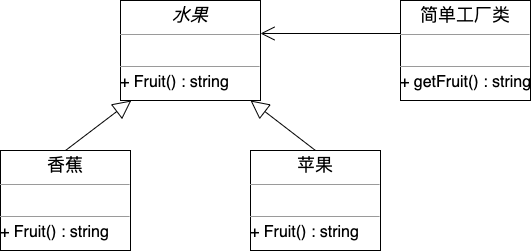
Earlier version of the draw.io export img/factory-simple.png (boilingfrog/design-pattern-learning). Source tidied: cells renumbered, new cells last; positions are measured from the earlier drawing's top-left corner, leaving out a move shared by most shapes.
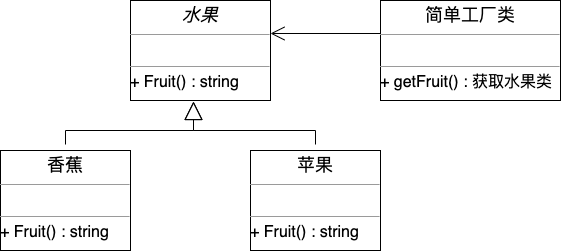
Above is the later version.

The edit, as a diff of the source:
```diff
@@ -2,31 +2,27 @@
   <root>
     <mxCell id="0" />
     <mxCell id="1" parent="0" />
+    <mxCell id="9" style="edgeStyle=orthogonalEdgeStyle;rounded=0;jettySize=auto;html=1;entryX=0.45;entryY=1.01;entryDx=0;entryDy=0;entryPerimeter=0;endArrow=block;endFill=0;endSize=16;sourcePerimeterSpacing=6;" parent="1" edge="1" source="2" target="6">
+      <mxGeometry relative="1" as="geometry" />
+    </mxCell>
     <mxCell id="2" value="&lt;p style=&quot;margin: 4px 0px 0px ; text-align: center ; font-size: 18px&quot;&gt;香蕉&lt;/p&gt;&lt;hr size=&quot;1&quot; style=&quot;font-size: 18px&quot;&gt;&lt;p style=&quot;margin: 0px 0px 0px 4px ; font-size: 13px&quot;&gt;&lt;font style=&quot;font-size: 13px&quot;&gt;&lt;br&gt;&lt;/font&gt;&lt;/p&gt;&lt;hr size=&quot;1&quot; style=&quot;font-size: 13px&quot;&gt;&lt;span style=&quot;font-size: 16px&quot;&gt;+ Fruit() : string&lt;/span&gt;&lt;span style=&quot;font-size: 16px&quot;&gt;&lt;br&gt;&lt;/span&gt;" style="verticalAlign=top;align=left;overflow=fill;fontSize=12;fontFamily=Helvetica;html=1;" parent="1" vertex="1">
       <mxGeometry y="150" width="130" height="100" as="geometry" />
     </mxCell>
+    <mxCell id="10" style="edgeStyle=orthogonalEdgeStyle;rounded=0;jettySize=auto;html=1;entryX=0.45;entryY=1.01;entryDx=0;entryDy=0;entryPerimeter=0;endArrow=block;endFill=0;endSize=16;sourcePerimeterSpacing=6;" parent="1" edge="1" source="3" target="6">
+      <mxGeometry relative="1" as="geometry" />
+    </mxCell>
     <mxCell id="3" value="&lt;p style=&quot;margin: 4px 0px 0px ; text-align: center ; font-size: 18px&quot;&gt;苹果&lt;/p&gt;&lt;hr size=&quot;1&quot; style=&quot;font-size: 18px&quot;&gt;&lt;p style=&quot;margin: 0px 0px 0px 4px ; font-size: 13px&quot;&gt;&lt;font style=&quot;font-size: 13px&quot;&gt;&lt;br&gt;&lt;/font&gt;&lt;/p&gt;&lt;hr size=&quot;1&quot; style=&quot;font-size: 13px&quot;&gt;&lt;span style=&quot;font-size: 16px&quot;&gt;+ Fruit() : string&lt;/span&gt;&lt;span style=&quot;font-size: 16px&quot;&gt;&lt;br&gt;&lt;/span&gt;" style="verticalAlign=top;align=left;overflow=fill;fontSize=12;fontFamily=Helvetica;html=1;" parent="1" vertex="1">
       <mxGeometry x="250" y="150" width="130" height="100" as="geometry" />
     </mxCell>
-    <mxCell id="4" style="endArrow=block;endSize=16;endFill=0;html=1;fontSize=12;strokeWidth=1;exitX=0.5;exitY=0;exitDx=0;exitDy=0;" parent="1" edge="1" source="2">
-      <mxGeometry relative="1" as="geometry">
-        <mxPoint x="130.8" y="100" as="targetPoint" />
-      </mxGeometry>
-    </mxCell>
-    <mxCell id="5" style="endArrow=block;endSize=16;endFill=0;html=1;fontSize=12;strokeWidth=1;exitX=0.5;exitY=0;exitDx=0;exitDy=0;" parent="1" edge="1" source="3">
-      <mxGeometry relative="1" as="geometry">
-        <mxPoint x="250" y="100" as="targetPoint" />
-      </mxGeometry>
-    </mxCell>
     <mxCell id="6" value="&lt;p style=&quot;margin: 4px 0px 0px ; text-align: center ; font-size: 18px&quot;&gt;&lt;i&gt;水果&lt;/i&gt;&lt;/p&gt;&lt;hr size=&quot;1&quot; style=&quot;font-size: 18px&quot;&gt;&lt;p style=&quot;margin: 0px 0px 0px 4px ; font-size: 13px&quot;&gt;&lt;font style=&quot;font-size: 13px&quot;&gt;&lt;br&gt;&lt;/font&gt;&lt;/p&gt;&lt;hr size=&quot;1&quot; style=&quot;font-size: 13px&quot;&gt;&lt;span style=&quot;font-size: 16px&quot;&gt;+ Fruit() : string&lt;br&gt;&lt;/span&gt;" style="verticalAlign=top;align=left;overflow=fill;fontSize=12;fontFamily=Helvetica;html=1;" parent="1" vertex="1">
-      <mxGeometry x="120" width="140" height="100" as="geometry" />
+      <mxGeometry x="130" width="140" height="100" as="geometry" />
     </mxCell>
-    <mxCell id="7" value="&lt;p style=&quot;margin: 4px 0px 0px ; text-align: center ; font-size: 18px&quot;&gt;简单工厂类&lt;/p&gt;&lt;hr size=&quot;1&quot; style=&quot;font-size: 18px&quot;&gt;&lt;p style=&quot;margin: 0px 0px 0px 4px ; font-size: 13px&quot;&gt;&lt;font style=&quot;font-size: 13px&quot;&gt;&lt;br&gt;&lt;/font&gt;&lt;/p&gt;&lt;hr size=&quot;1&quot; style=&quot;font-size: 13px&quot;&gt;&lt;span style=&quot;font-size: 16px&quot;&gt;+ getFruit() : string&lt;/span&gt;&lt;span style=&quot;font-size: 16px&quot;&gt;&lt;br&gt;&lt;/span&gt;" style="verticalAlign=top;align=left;overflow=fill;fontSize=12;fontFamily=Helvetica;html=1;" parent="1" vertex="1">
-      <mxGeometry x="400" width="130" height="100" as="geometry" />
+    <mxCell id="7" value="&lt;p style=&quot;margin: 4px 0px 0px ; text-align: center ; font-size: 18px&quot;&gt;简单工厂类&lt;/p&gt;&lt;hr size=&quot;1&quot; style=&quot;font-size: 18px&quot;&gt;&lt;p style=&quot;margin: 0px 0px 0px 4px ; font-size: 13px&quot;&gt;&lt;font style=&quot;font-size: 13px&quot;&gt;&lt;br&gt;&lt;/font&gt;&lt;/p&gt;&lt;hr size=&quot;1&quot; style=&quot;font-size: 13px&quot;&gt;&lt;span style=&quot;font-size: 16px&quot;&gt;+ getFruit() : 获取水果类&lt;/span&gt;&lt;span style=&quot;font-size: 16px&quot;&gt;&lt;br&gt;&lt;/span&gt;" style="verticalAlign=top;align=left;overflow=fill;fontSize=12;fontFamily=Helvetica;html=1;" parent="1" vertex="1">
+      <mxGeometry x="380" width="180" height="100" as="geometry" />
     </mxCell>
     <mxCell id="8" style="endArrow=open;endFill=1;endSize=12;html=1;fontSize=13;strokeWidth=1;entryX=1;entryY=0.33;entryDx=0;entryDy=0;entryPerimeter=0;" parent="1" edge="1" target="6">
       <mxGeometry relative="1" as="geometry">
-        <mxPoint x="400" y="33" as="sourcePoint" />
+        <mxPoint x="380" y="33" as="sourcePoint" />
       </mxGeometry>
     </mxCell>
   </root>
```
